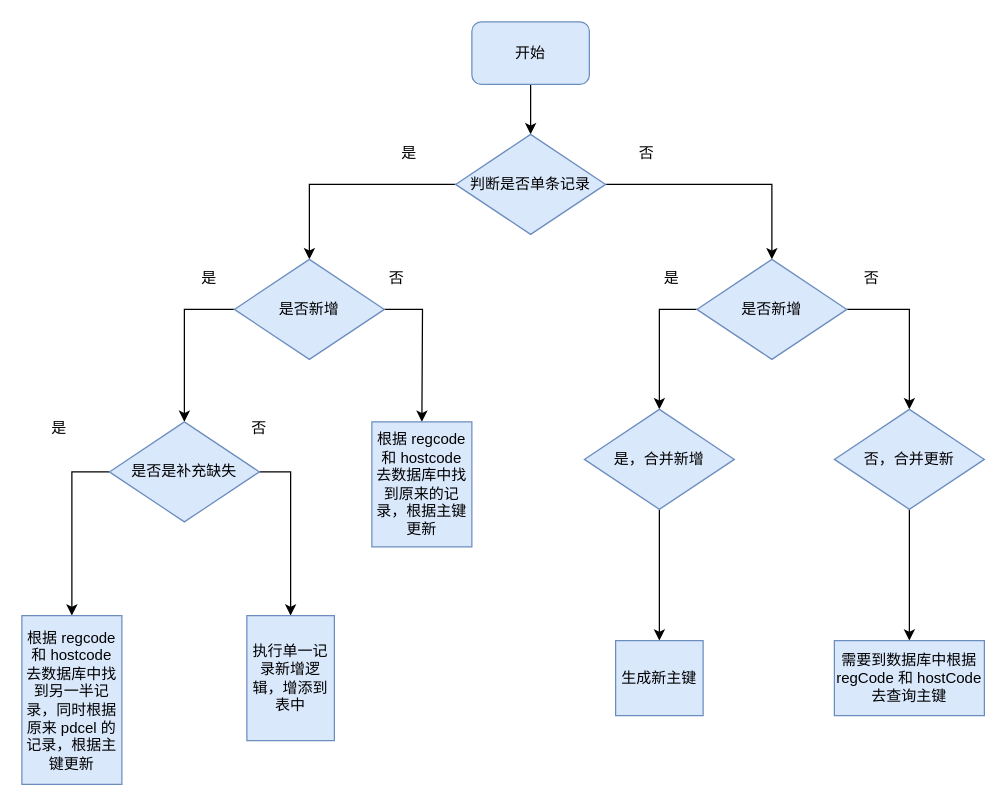
This is 未命名绘图.drawio from atmrrr/drawio2, a draw.io file, before an edit. Source tidied: cells renumbered, new cells numbered last; positions are measured from the earlier drawing's top-left corner, leaving out a move shared by most shapes. Both pictures are drawn from the tidied source at 125%, with x=0, y=0 at pixel (21, 21).
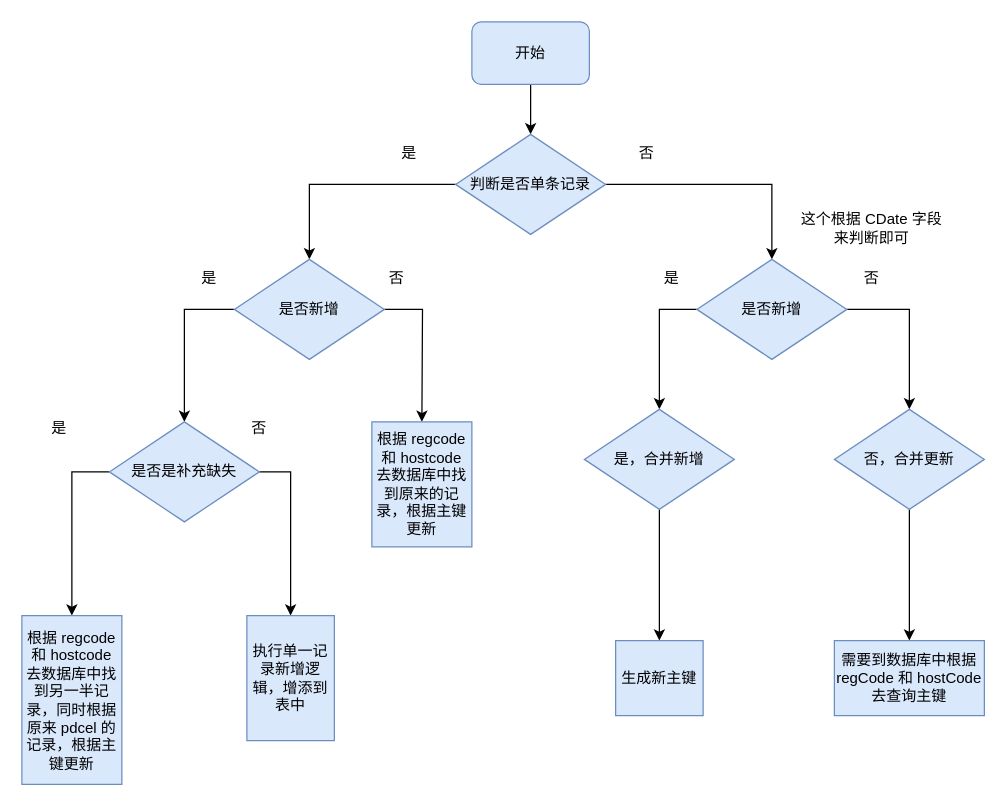
The same page after the edit.

Commit message:
更新未命名绘图.drawio

What changed in the source:
```diff
@@
+    <mxCell id="33" value="这个根据 CDate 字段来判断即可" style="text;html=1;whiteSpace=wrap;strokeColor=none;fillColor=none;align=center;verticalAlign=middle;rounded=0;" parent="1" vertex="1">
+      <mxGeometry x="620" y="150" width="120" height="30" as="geometry" />
+    </mxCell>
```
